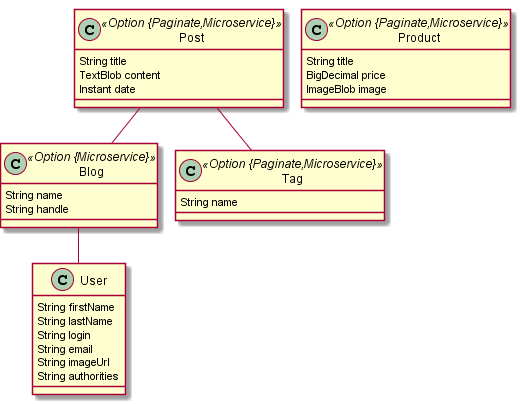
This is jdl-samples/microservices-blog-store.png from aguilasa/tcc_II, a PlantUML export, as it was before one commit.
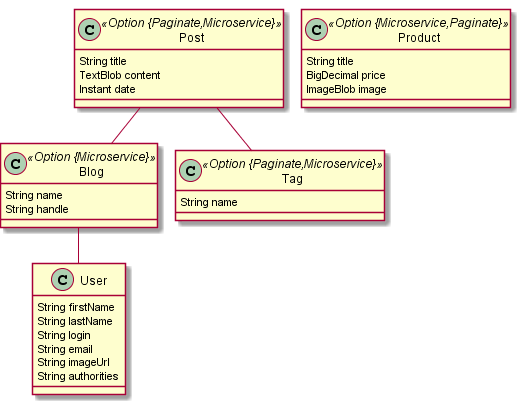
After the change.

What changed in the source:
```diff
@@ -13,7 +13,7 @@
 	class Tag <<Option {Paginate,Microservice}>> {
 		String name
 	}
-	class Product <<Option {Paginate,Microservice}>> {
+	class Product <<Option {Microservice,Paginate}>> {
 		String title
 		BigDecimal price
 		ImageBlob image
```
